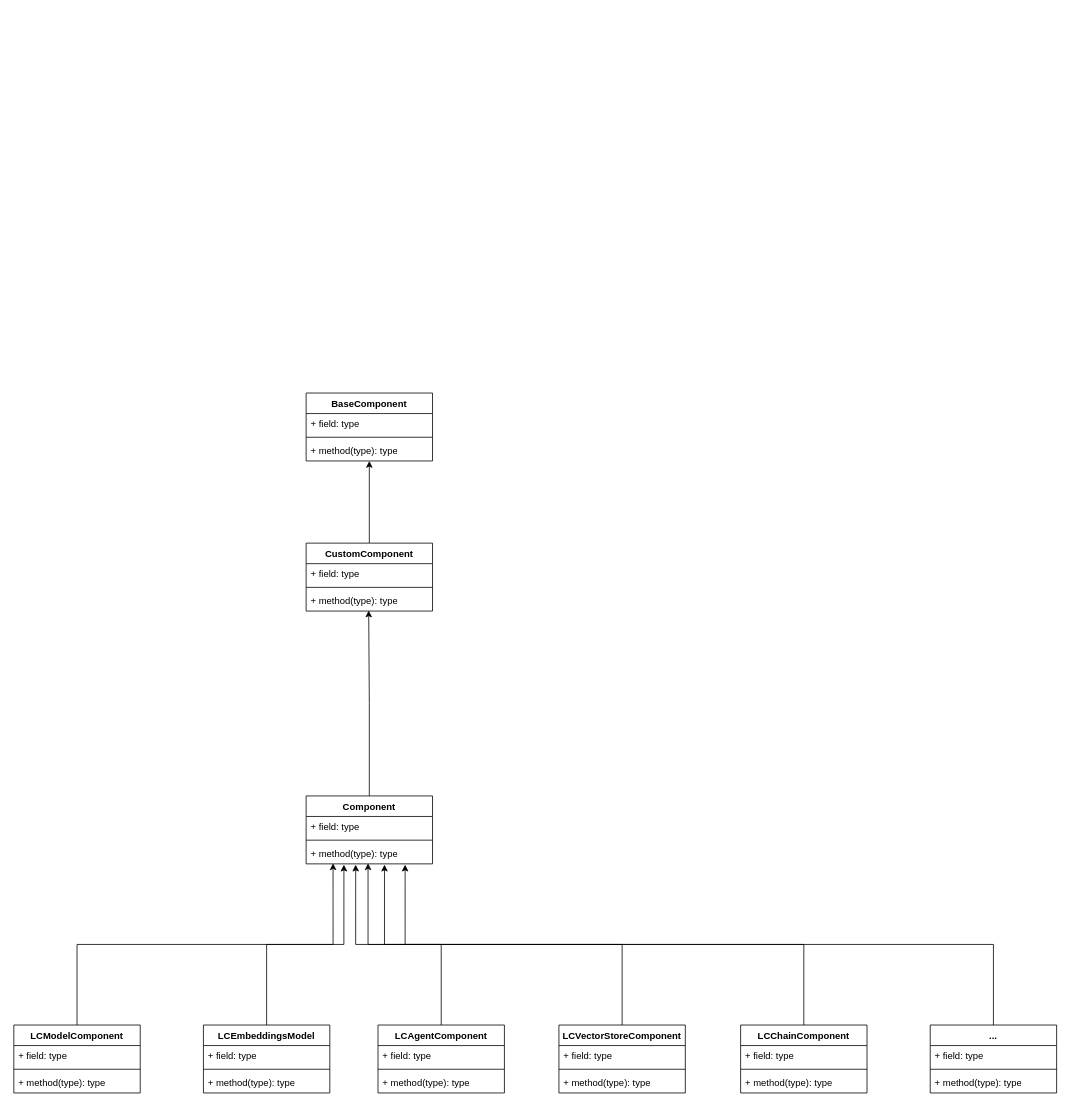
ooooona/toolkits keeps this draw.io diagram as page "Component" (4 of 4) of langflow_v2.drawio. Above is the earlier version. Source tidied: cells renumbered, new cells numbered last; positions are measured from the earlier drawing's top-left corner, leaving out a move shared by most shapes. Both pictures are drawn from the tidied source at 79%, with x=0, y=0 at pixel (13, 393).
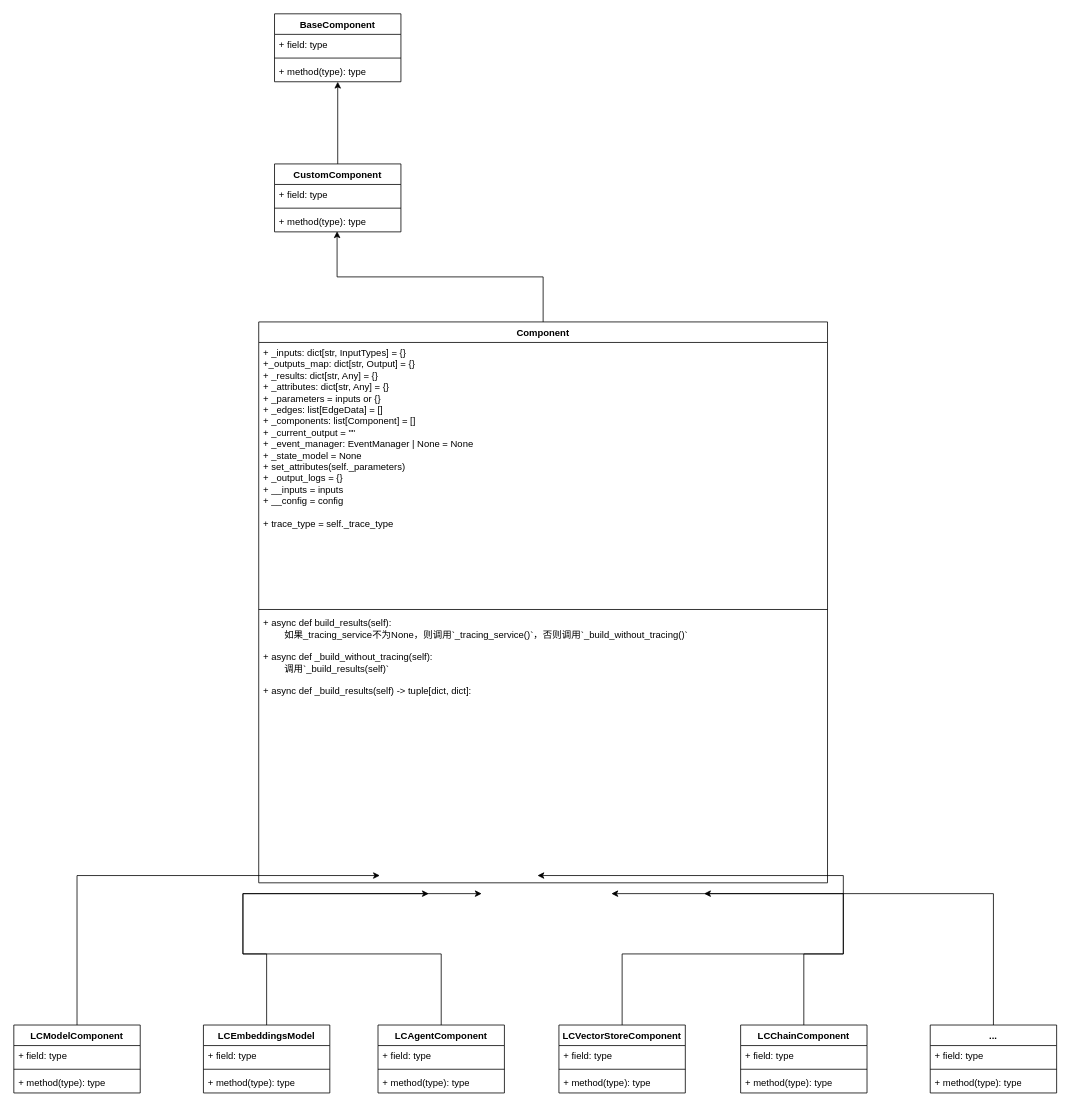
After the change.

Diff of the diagram source:
```diff
@@
     <mxCell id="2" value="BaseComponent" style="swimlane;fontStyle=1;align=center;verticalAlign=top;horizontal=1;startSize=26;whiteSpace=wrap;html=1;" parent="1" vertex="1">
-      <mxGeometry x="370" width="160" height="86" as="geometry" />
+      <mxGeometry x="330" y="-480" width="160" height="86" as="geometry" />
     </mxCell>
@@
     <mxCell id="7" value="CustomComponent" style="swimlane;fontStyle=1;align=center;verticalAlign=top;horizontal=1;startSize=26;whiteSpace=wrap;html=1;" parent="1" vertex="1">
-      <mxGeometry x="370" y="190" width="160" height="86" as="geometry" />
+      <mxGeometry x="330" y="-290" width="160" height="86" as="geometry" />
     </mxCell>
@@
     <mxCell id="11" value="Component" style="swimlane;fontStyle=1;align=center;verticalAlign=top;horizontal=1;startSize=26;whiteSpace=wrap;html=1;" parent="1" vertex="1">
-      <mxGeometry x="370" y="510" width="160" height="86" as="geometry" />
+      <mxGeometry x="310" y="-90" width="720" height="710" as="geometry" />
     </mxCell>
-    <mxCell id="12" value="+ field: type" style="text;strokeColor=none;fillColor=none;align=left;verticalAlign=top;spacingLeft=4;spacingRight=4;overflow=hidden;whiteSpace=wrap;html=1;" parent="11" vertex="1">
-      <mxGeometry y="26" width="160" height="26" as="geometry" />
+    <mxCell id="12" value="&lt;div&gt;&lt;span style=&quot;background-color: transparent; color: light-dark(rgb(0, 0, 0), rgb(255, 255, 255));&quot;&gt;+ _inputs: dict[str, InputTypes] = {}&lt;/span&gt;&lt;/div&gt;&lt;div&gt;+_outputs_map: dict[str, Output] = {}&lt;/div&gt;&lt;div&gt;+ _results: dict[str, Any] = {}&lt;/div&gt;&lt;div&gt;+ _attributes: dict[str, Any] = {}&lt;/div&gt;&lt;div&gt;+ _parameters = inputs or {}&lt;/div&gt;&lt;div&gt;+ _edges: list[EdgeData] = []&lt;/div&gt;&lt;div&gt;+ _components: list[Component] = []&lt;/div&gt;&lt;div&gt;+ _current_output = &quot;&quot;&lt;/div&gt;&lt;div&gt;+ _event_manager: EventManager | None = None&lt;/div&gt;&lt;div&gt;+ _state_model = None&lt;/div&gt;&lt;div&gt;+ set_attributes(self._parameters)&lt;/div&gt;&lt;div&gt;+ _output_logs = {}&lt;/div&gt;&lt;div&gt;&lt;span style=&quot;background-color: transparent; color: light-dark(rgb(0, 0, 0), rgb(255, 255, 255));&quot;&gt;+ __inputs = inputs&lt;/span&gt;&lt;/div&gt;&lt;div&gt;+ __config = config&lt;/div&gt;&lt;div&gt;&lt;span style=&quot;background-color: transparent; color: light-dark(rgb(0, 0, 0), rgb(255, 255, 255));&quot;&gt;&lt;br&gt;&lt;/span&gt;&lt;/div&gt;&lt;div&gt;&lt;span style=&quot;background-color: transparent; color: light-dark(rgb(0, 0, 0), rgb(255, 255, 255));&quot;&gt;+ trace_type = self._trace_type&lt;/span&gt;&lt;/div&gt;" style="text;strokeColor=none;fillColor=none;align=left;verticalAlign=top;spacingLeft=4;spacingRight=4;overflow=hidden;whiteSpace=wrap;html=1;" parent="11" vertex="1">
+      <mxGeometry y="26" width="720" height="334" as="geometry" />
     </mxCell>
     <mxCell id="13" style="line;strokeWidth=1;fillColor=none;align=left;verticalAlign=middle;spacingTop=-1;spacingLeft=3;spacingRight=3;labelPosition=right;strokeColor=inherit;" parent="11" vertex="1">
-      <mxGeometry y="52" width="160" height="8" as="geometry" />
+      <mxGeometry y="360" width="720" height="8" as="geometry" />
     </mxCell>
-    <mxCell id="14" value="+ method(type): type" style="text;strokeColor=none;fillColor=none;align=left;verticalAlign=top;spacingLeft=4;spacingRight=4;overflow=hidden;points=[[0,0.5],[1,0.5]];portConstraint=eastwest;whiteSpace=wrap;html=1;" parent="11" vertex="1">
-      <mxGeometry y="60" width="160" height="26" as="geometry" />
+    <mxCell id="14" value="+ async def build_results(self):&lt;div&gt;&lt;span style=&quot;white-space: pre;&quot;&gt;&#9;&lt;/span&gt;如果_tracing_service不为None，则调用`_tracing_service()`，否则调用`_build_without_tracing()`&lt;br&gt;&lt;/div&gt;&lt;div&gt;&lt;br&gt;&lt;/div&gt;&lt;div&gt;+&amp;nbsp;async def _build_without_tracing(self):&lt;/div&gt;&lt;div&gt;&lt;span style=&quot;white-space: pre;&quot;&gt;&#9;&lt;/span&gt;调用`_build_results(self)`&lt;br&gt;&lt;/div&gt;&lt;div&gt;&lt;br&gt;&lt;/div&gt;&lt;div&gt;+&amp;nbsp;async def _build_results(self) -&amp;gt; tuple[dict, dict]:&lt;/div&gt;&lt;div&gt;&lt;span style=&quot;white-space: pre;&quot;&gt;&#9;&lt;/span&gt;&lt;br&gt;&lt;/div&gt;" style="text;strokeColor=none;fillColor=none;align=left;verticalAlign=top;spacingLeft=4;spacingRight=4;overflow=hidden;points=[[0,0.5],[1,0.5]];portConstraint=eastwest;whiteSpace=wrap;html=1;" parent="11" vertex="1">
+      <mxGeometry y="368" width="720" height="342" as="geometry" />
     </mxCell>
```
